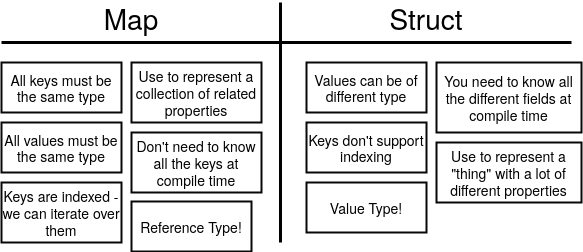
The draw.io diagram docs/go/assets/golang-diagrams-18.png in handgull/Go-cookbook, before a commit. Source tidied: cells renumbered, new cells last; positions are measured from the earlier drawing's top-left corner, leaving out a move shared by most shapes.
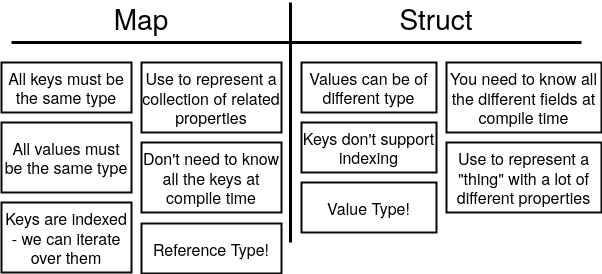
Above is the later version.

The edit, as a diff of the source:
```diff
@@ -1,57 +1,57 @@
 <mxGraphModel>
   <root>
-    <mxCell id="0" />
-    <mxCell id="1" parent="0" />
+    <mxCell id="17" />
+    <mxCell id="18" parent="17" />
-    <mxCell id="2" value="Map" style="text;html=1;strokeColor=none;fillColor=none;align=center;verticalAlign=middle;whiteSpace=wrap;rounded=0;shadow=0;labelBackgroundColor=none;fontSize=28;fontColor=#000000;" parent="1" vertex="1">
-      <mxGeometry x="90" width="80" height="30" as="geometry" />
+    <mxCell id="2" value="Map" style="text;html=1;strokeColor=none;fillColor=none;align=center;verticalAlign=middle;whiteSpace=wrap;rounded=0;shadow=0;labelBackgroundColor=none;fontSize=28;fontColor=#000000;" parent="18" vertex="1">
+      <mxGeometry x="-770" y="-20" width="80" height="30" as="geometry" />
     </mxCell>
-    <mxCell id="3" value="Struct" style="text;html=1;strokeColor=none;fillColor=none;align=center;verticalAlign=middle;whiteSpace=wrap;rounded=0;shadow=0;labelBackgroundColor=none;fontSize=28;fontColor=#000000;" parent="1" vertex="1">
-      <mxGeometry x="385" width="80" height="30" as="geometry" />
+    <mxCell id="3" value="Struct" style="text;html=1;strokeColor=none;fillColor=none;align=center;verticalAlign=middle;whiteSpace=wrap;rounded=0;shadow=0;labelBackgroundColor=none;fontSize=28;fontColor=#000000;" parent="18" vertex="1">
+      <mxGeometry x="-475" y="-20" width="80" height="30" as="geometry" />
     </mxCell>
-    <mxCell id="4" style="endArrow=none;html=1;strokeColor=#000000;strokeWidth=3;fontSize=28;fontColor=#000000;" parent="1" edge="1">
-      <mxGeometry relative="1" as="geometry">
-        <mxPoint x="279" y="240" as="sourcePoint" />
-        <mxPoint x="279" as="targetPoint" />
-      </mxGeometry>
-    </mxCell>
-    <mxCell id="5" style="endArrow=none;html=1;strokeColor=#000000;strokeWidth=3;fontSize=28;fontColor=#000000;" parent="1" edge="1">
-      <mxGeometry relative="1" as="geometry">
-        <mxPoint x="570" y="40" as="sourcePoint" />
-        <mxPoint y="40" as="targetPoint" />
-      </mxGeometry>
-    </mxCell>
+    <mxCell id="19" style="endArrow=none;html=1;strokeColor=#000000;strokeWidth=3;fontSize=28;fontColor=#000000;" parent="18" edge="1">
+      <mxGeometry relative="1" as="geometry">
+        <mxPoint x="-581" y="220" as="sourcePoint" />
+        <mxPoint x="-581" y="-20" as="targetPoint" />
+      </mxGeometry>
+    </mxCell>
+    <mxCell id="20" style="endArrow=none;html=1;strokeColor=#000000;strokeWidth=3;fontSize=28;fontColor=#000000;" parent="18" edge="1">
+      <mxGeometry relative="1" as="geometry">
+        <mxPoint x="-290" y="20" as="sourcePoint" />
+        <mxPoint x="-860" y="20" as="targetPoint" />
+      </mxGeometry>
+    </mxCell>
-    <mxCell id="6" value="All keys must be the same type" style="rounded=0;whiteSpace=wrap;html=1;shadow=0;labelBackgroundColor=none;strokeColor=#080808;strokeWidth=2;fillColor=#ffffff;fontSize=14;fontColor=#000000;align=center;" parent="1" vertex="1">
-      <mxGeometry y="60" width="120" height="50" as="geometry" />
+    <mxCell id="6" value="All keys must be the same type" style="rounded=0;whiteSpace=wrap;html=1;shadow=0;labelBackgroundColor=none;strokeColor=#080808;strokeWidth=2;fillColor=#ffffff;fontSize=16;fontColor=#000000;align=center;" parent="18" vertex="1">
+      <mxGeometry x="-870" y="40" width="130" height="50" as="geometry" />
     </mxCell>
-    <mxCell id="7" value="All values must be the same type" style="rounded=0;whiteSpace=wrap;html=1;shadow=0;labelBackgroundColor=none;strokeColor=#080808;strokeWidth=2;fillColor=#ffffff;fontSize=14;fontColor=#000000;align=center;" parent="1" vertex="1">
-      <mxGeometry y="120" width="120" height="50" as="geometry" />
+    <mxCell id="7" value="All values must be the same type" style="rounded=0;whiteSpace=wrap;html=1;shadow=0;labelBackgroundColor=none;strokeColor=#080808;strokeWidth=2;fillColor=#ffffff;fontSize=16;fontColor=#000000;align=center;" parent="18" vertex="1">
+      <mxGeometry x="-870" y="100" width="130" height="70" as="geometry" />
     </mxCell>
-    <mxCell id="8" value="Values can be of different type" style="rounded=0;whiteSpace=wrap;html=1;shadow=0;labelBackgroundColor=none;strokeColor=#080808;strokeWidth=2;fillColor=#ffffff;fontSize=14;fontColor=#000000;align=center;" parent="1" vertex="1">
-      <mxGeometry x="305" y="60" width="120" height="50" as="geometry" />
+    <mxCell id="8" value="Values can be of different type" style="rounded=0;whiteSpace=wrap;html=1;shadow=0;labelBackgroundColor=none;strokeColor=#080808;strokeWidth=2;fillColor=#ffffff;fontSize=16;fontColor=#000000;align=center;" parent="18" vertex="1">
+      <mxGeometry x="-570" y="40" width="135" height="50" as="geometry" />
     </mxCell>
-    <mxCell id="9" value="Keys don't support indexing" style="rounded=0;whiteSpace=wrap;html=1;shadow=0;labelBackgroundColor=none;strokeColor=#080808;strokeWidth=2;fillColor=#ffffff;fontSize=14;fontColor=#000000;align=center;" parent="1" vertex="1">
-      <mxGeometry x="305" y="120" width="120" height="50" as="geometry" />
+    <mxCell id="9" value="Keys don't support indexing" style="rounded=0;whiteSpace=wrap;html=1;shadow=0;labelBackgroundColor=none;strokeColor=#080808;strokeWidth=2;fillColor=#ffffff;fontSize=16;fontColor=#000000;align=center;" parent="18" vertex="1">
+      <mxGeometry x="-570" y="100" width="135" height="50" as="geometry" />
     </mxCell>
-    <mxCell id="10" value="Keys are indexed - we can iterate over them" style="rounded=0;whiteSpace=wrap;html=1;shadow=0;labelBackgroundColor=none;strokeColor=#080808;strokeWidth=2;fillColor=#ffffff;fontSize=14;fontColor=#000000;align=center;" parent="1" vertex="1">
-      <mxGeometry y="180" width="120" height="60" as="geometry" />
+    <mxCell id="10" value="Keys are indexed - we can iterate over them" style="rounded=0;whiteSpace=wrap;html=1;shadow=0;labelBackgroundColor=none;strokeColor=#080808;strokeWidth=2;fillColor=#ffffff;fontSize=16;fontColor=#000000;align=center;" parent="18" vertex="1">
+      <mxGeometry x="-870" y="180" width="130" height="70" as="geometry" />
     </mxCell>
-    <mxCell id="11" value="Reference Type!" style="rounded=0;whiteSpace=wrap;html=1;shadow=0;labelBackgroundColor=none;strokeColor=#080808;strokeWidth=2;fillColor=#ffffff;fontSize=14;fontColor=#000000;align=center;" parent="1" vertex="1">
-      <mxGeometry x="130" y="199" width="120" height="50" as="geometry" />
+    <mxCell id="11" value="Reference Type!" style="rounded=0;whiteSpace=wrap;html=1;shadow=0;labelBackgroundColor=none;strokeColor=#080808;strokeWidth=2;fillColor=#ffffff;fontSize=16;fontColor=#000000;align=center;" parent="18" vertex="1">
+      <mxGeometry x="-730" y="201" width="140" height="50" as="geometry" />
     </mxCell>
-    <mxCell id="12" value="Value Type!" style="rounded=0;whiteSpace=wrap;html=1;shadow=0;labelBackgroundColor=none;strokeColor=#080808;strokeWidth=2;fillColor=#ffffff;fontSize=14;fontColor=#000000;align=center;" parent="1" vertex="1">
-      <mxGeometry x="305" y="180" width="120" height="50" as="geometry" />
+    <mxCell id="12" value="Value Type!" style="rounded=0;whiteSpace=wrap;html=1;shadow=0;labelBackgroundColor=none;strokeColor=#080808;strokeWidth=2;fillColor=#ffffff;fontSize=16;fontColor=#000000;align=center;" parent="18" vertex="1">
+      <mxGeometry x="-570" y="160" width="135" height="50" as="geometry" />
     </mxCell>
-    <mxCell id="13" value="Use to represent a collection of related properties" style="rounded=0;whiteSpace=wrap;html=1;shadow=0;labelBackgroundColor=none;strokeColor=#080808;strokeWidth=2;fillColor=#ffffff;fontSize=14;fontColor=#000000;align=center;" parent="1" vertex="1">
-      <mxGeometry x="130" y="60" width="130" height="60" as="geometry" />
+    <mxCell id="13" value="Use to represent a collection of related properties" style="rounded=0;whiteSpace=wrap;html=1;shadow=0;labelBackgroundColor=none;strokeColor=#080808;strokeWidth=2;fillColor=#ffffff;fontSize=16;fontColor=#000000;align=center;" parent="18" vertex="1">
+      <mxGeometry x="-730" y="40" width="140" height="70" as="geometry" />
     </mxCell>
-    <mxCell id="14" value="Use to represent a &quot;thing&quot; with a lot of different properties" style="rounded=0;whiteSpace=wrap;html=1;shadow=0;labelBackgroundColor=none;strokeColor=#080808;strokeWidth=2;fillColor=#ffffff;fontSize=14;fontColor=#000000;align=center;" parent="1" vertex="1">
-      <mxGeometry x="435" y="140" width="145" height="60" as="geometry" />
+    <mxCell id="14" value="Use to represent a &quot;thing&quot; with a lot of different properties" style="rounded=0;whiteSpace=wrap;html=1;shadow=0;labelBackgroundColor=none;strokeColor=#080808;strokeWidth=2;fillColor=#ffffff;fontSize=16;fontColor=#000000;align=center;" parent="18" vertex="1">
+      <mxGeometry x="-425" y="120" width="155" height="70" as="geometry" />
     </mxCell>
-    <mxCell id="15" value="Don't need to know all the keys at compile time" style="rounded=0;whiteSpace=wrap;html=1;shadow=0;labelBackgroundColor=none;strokeColor=#080808;strokeWidth=2;fillColor=#ffffff;fontSize=14;fontColor=#000000;align=center;" parent="1" vertex="1">
-      <mxGeometry x="130" y="130" width="130" height="60" as="geometry" />
+    <mxCell id="15" value="Don't need to know all the keys at compile time" style="rounded=0;whiteSpace=wrap;html=1;shadow=0;labelBackgroundColor=none;strokeColor=#080808;strokeWidth=2;fillColor=#ffffff;fontSize=16;fontColor=#000000;align=center;" parent="18" vertex="1">
+      <mxGeometry x="-730" y="120" width="140" height="70" as="geometry" />
     </mxCell>
-    <mxCell id="16" value="You need to know all the different fields at compile time" style="rounded=0;whiteSpace=wrap;html=1;shadow=0;labelBackgroundColor=none;strokeColor=#080808;strokeWidth=2;fillColor=#ffffff;fontSize=14;fontColor=#000000;align=center;" parent="1" vertex="1">
-      <mxGeometry x="435" y="60" width="145" height="70" as="geometry" />
+    <mxCell id="16" value="You need to know all the different fields at compile time" style="rounded=0;whiteSpace=wrap;html=1;shadow=0;labelBackgroundColor=none;strokeColor=#080808;strokeWidth=2;fillColor=#ffffff;fontSize=16;fontColor=#000000;align=center;" parent="18" vertex="1">
+      <mxGeometry x="-425" y="40" width="155" height="70" as="geometry" />
     </mxCell>
   </root>
 </mxGraphModel>
```
